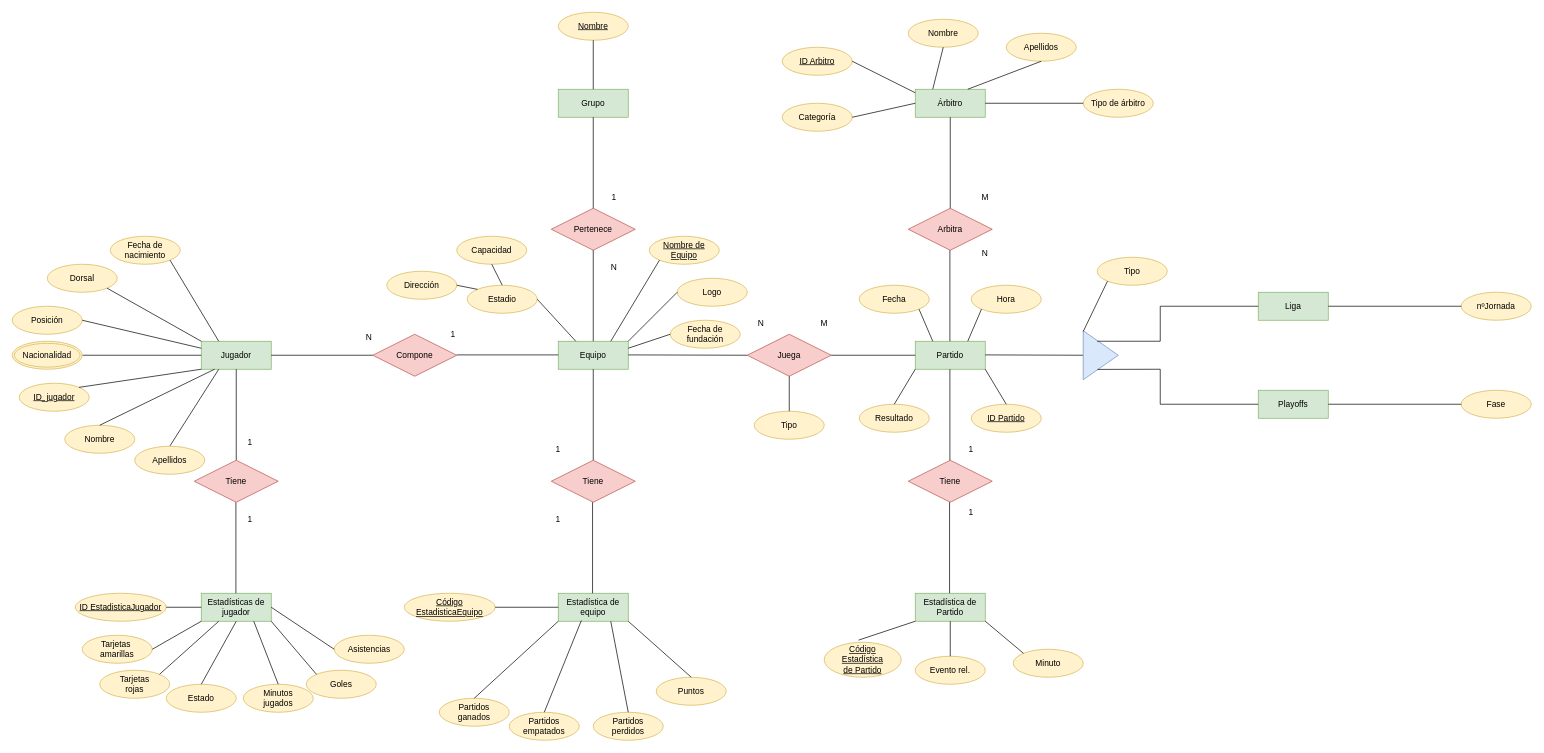
This is BasesDatos/ProyectoBD/ProyectoBD2.drawio from RubenAC1999/Clase, a draw.io file, before an edit. Source tidied: cells renumbered, new cells numbered last; positions are measured from the earlier drawing's top-left corner, leaving out a move shared by most shapes. Both pictures are drawn from the tidied source at 70%, with x=0, y=0 at pixel (12, 12).
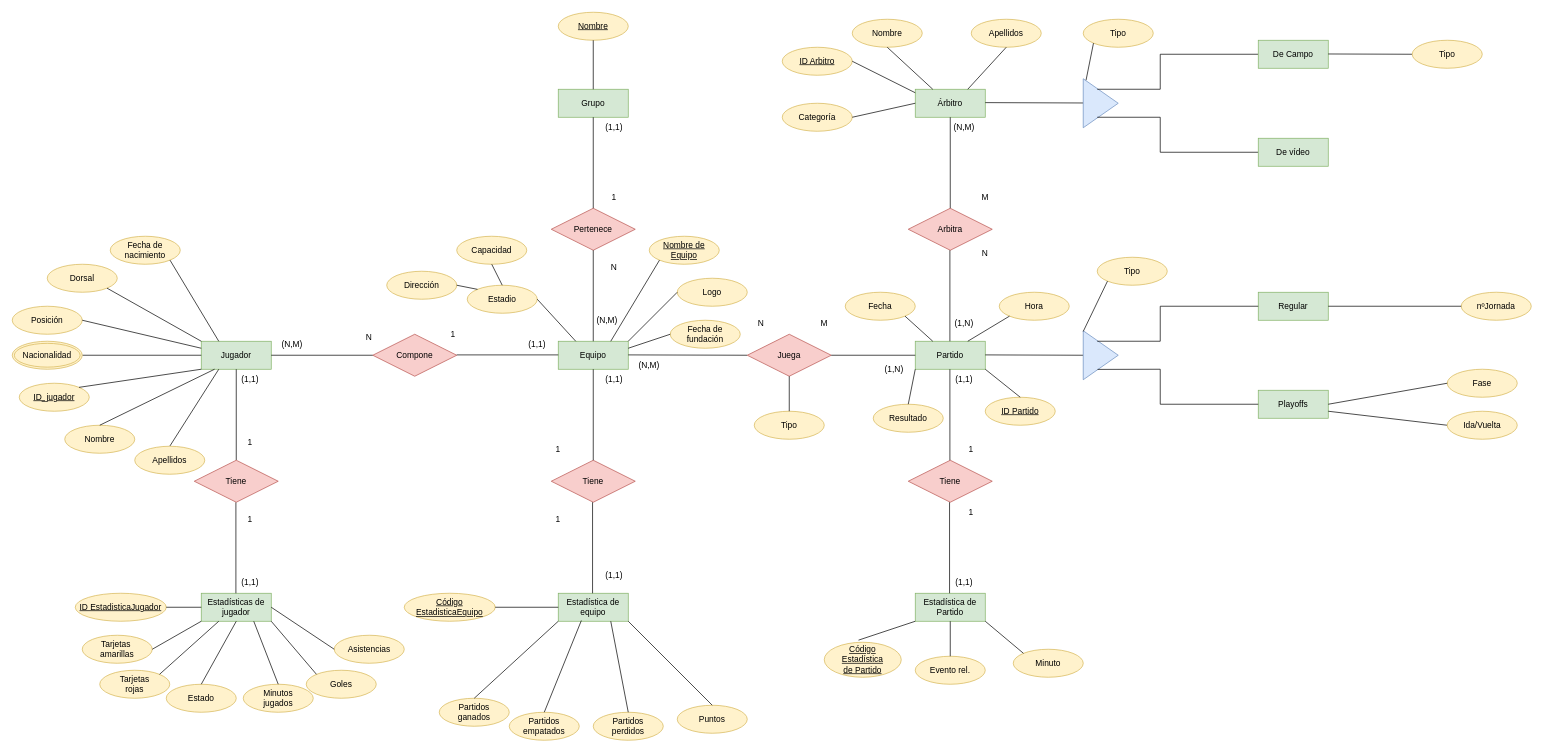
The same diagram, later.

The change refers to these unchanged cells:
```xml
<mxCell id="7" value="Árbitro" style="whiteSpace=wrap;html=1;align=center;fillColor=#d5e8d4;strokeColor=#82b366;" parent="1" vertex="1">
  <mxGeometry x="1290" y="110" width="100" height="40" as="geometry" />
</mxCell>
<mxCell id="126" value="Playoffs" style="whiteSpace=wrap;html=1;align=center;fillColor=#d5e8d4;strokeColor=#82b366;" parent="1" vertex="1">
  <mxGeometry x="1780" y="540" width="100" height="40" as="geometry" />
</mxCell>
```

What changed in the source:
```diff
@@
     <mxCell id="65" value="Puntos" style="ellipse;whiteSpace=wrap;html=1;align=center;fillColor=#fff2cc;strokeColor=#d6b656;" parent="1" vertex="1">
-      <mxGeometry x="920" y="950" width="100" height="40" as="geometry" />
+      <mxGeometry x="950" y="990" width="100" height="40" as="geometry" />
     </mxCell>
@@
     <mxCell id="71" value="ID Partido" style="ellipse;whiteSpace=wrap;html=1;align=center;fontStyle=4;fillColor=#fff2cc;strokeColor=#d6b656;" parent="1" vertex="1">
-      <mxGeometry x="1370" y="560" width="100" height="40" as="geometry" />
+      <mxGeometry x="1390" y="550" width="100" height="40" as="geometry" />
     </mxCell>
     <mxCell id="72" value="Resultado" style="ellipse;whiteSpace=wrap;html=1;align=center;fillColor=#fff2cc;strokeColor=#d6b656;" parent="1" vertex="1">
-      <mxGeometry x="1210" y="560" width="100" height="40" as="geometry" />
+      <mxGeometry x="1230" y="560" width="100" height="40" as="geometry" />
     </mxCell>
@@
     <mxCell id="81" value="Nombre" style="ellipse;whiteSpace=wrap;html=1;align=center;fillColor=#fff2cc;strokeColor=#d6b656;" parent="1" vertex="1">
-      <mxGeometry x="1280" y="10" width="100" height="40" as="geometry" />
+      <mxGeometry x="1200" y="10" width="100" height="40" as="geometry" />
     </mxCell>
     <mxCell id="82" value="Apellidos" style="ellipse;whiteSpace=wrap;html=1;align=center;fillColor=#fff2cc;strokeColor=#d6b656;" parent="1" vertex="1">
-      <mxGeometry x="1420" y="30" width="100" height="40" as="geometry" />
+      <mxGeometry x="1370" y="10" width="100" height="40" as="geometry" />
     </mxCell>
-    <mxCell id="83" value="Tipo de árbitro" style="ellipse;whiteSpace=wrap;html=1;align=center;fillColor=#fff2cc;strokeColor=#d6b656;" parent="1" vertex="1">
-      <mxGeometry x="1530" y="110" width="100" height="40" as="geometry" />
-    </mxCell>
@@
     <mxCell id="87" value="Fecha" style="ellipse;whiteSpace=wrap;html=1;align=center;fillColor=#fff2cc;strokeColor=#d6b656;" parent="1" vertex="1">
-      <mxGeometry x="1210" y="390" width="100" height="40" as="geometry" />
+      <mxGeometry x="1190" y="400" width="100" height="40" as="geometry" />
     </mxCell>
     <mxCell id="88" value="Hora" style="ellipse;whiteSpace=wrap;html=1;align=center;fillColor=#fff2cc;strokeColor=#d6b656;" parent="1" vertex="1">
-      <mxGeometry x="1370" y="390" width="100" height="40" as="geometry" />
+      <mxGeometry x="1410" y="400" width="100" height="40" as="geometry" />
     </mxCell>
@@
-    <mxCell id="110" style="endArrow=none;html=1;rounded=0;entryX=0;entryY=0.5;entryDx=0;entryDy=0;" parent="1" edge="1" source="7" target="83">
-      <mxGeometry relative="1" as="geometry" />
-    </mxCell>
@@
-    <mxCell id="125" value="Liga" style="whiteSpace=wrap;html=1;align=center;fillColor=#d5e8d4;strokeColor=#82b366;" parent="1" vertex="1">
+    <mxCell id="125" value="Regular" style="whiteSpace=wrap;html=1;align=center;fillColor=#d5e8d4;strokeColor=#82b366;" parent="1" vertex="1">
       <mxGeometry x="1780" y="400" width="100" height="40" as="geometry" />
     </mxCell>
@@
     <mxCell id="133" value="Fase" style="ellipse;whiteSpace=wrap;html=1;align=center;fillColor=#fff2cc;strokeColor=#d6b656;" parent="1" vertex="1">
-      <mxGeometry x="2070" y="540" width="100" height="40" as="geometry" />
+      <mxGeometry x="2050" y="510" width="100" height="40" as="geometry" />
     </mxCell>
@@
+    <mxCell id="135" style="endArrow=none;html=1;rounded=0;exitX=1;exitY=0.5;exitDx=0;exitDy=0;entryX=0;entryY=0.5;entryDx=0;entryDy=0;" parent="1" edge="1">
+      <mxGeometry relative="1" as="geometry">
+        <mxPoint x="1390" y="129.1" as="sourcePoint" />
+        <mxPoint x="1530" y="129.6" as="targetPoint" />
+      </mxGeometry>
+    </mxCell>
+    <mxCell id="136" style="triangle;whiteSpace=wrap;html=1;fillColor=#dae8fc;strokeColor=#6c8ebf;" parent="1" vertex="1">
+      <mxGeometry x="1530" y="95" width="50" height="70" as="geometry" />
+    </mxCell>
+    <mxCell id="137" style="endArrow=none;html=1;rounded=0;exitX=0.4;exitY=0.214;exitDx=0;exitDy=0;entryX=0;entryY=0.5;entryDx=0;entryDy=0;exitPerimeter=0;" parent="1" edge="1">
+      <mxGeometry relative="1" as="geometry">
+        <mxPoint x="1550" y="110" as="sourcePoint" />
+        <mxPoint x="1780" y="60" as="targetPoint" />
+        <Array as="points">
+          <mxPoint x="1640" y="110" />
+          <mxPoint x="1640" y="60" />
+        </Array>
+      </mxGeometry>
+    </mxCell>
+    <mxCell id="138" value="De Campo" style="whiteSpace=wrap;html=1;align=center;fillColor=#d5e8d4;strokeColor=#82b366;" parent="1" vertex="1">
+      <mxGeometry x="1780" y="40" width="100" height="40" as="geometry" />
+    </mxCell>
+    <mxCell id="139" style="endArrow=none;html=1;rounded=0;exitX=0;exitY=0.5;exitDx=0;exitDy=0;entryX=0.409;entryY=0.789;entryDx=0;entryDy=0;entryPerimeter=0;" parent="1" edge="1">
+      <mxGeometry relative="1" as="geometry">
+        <mxPoint x="1780" y="200" as="sourcePoint" />
+        <mxPoint x="1550" y="150" as="targetPoint" />
+        <Array as="points">
+          <mxPoint x="1640" y="200" />
+          <mxPoint x="1640" y="150" />
+        </Array>
+      </mxGeometry>
+    </mxCell>
+    <mxCell id="140" value="De vídeo" style="whiteSpace=wrap;html=1;align=center;fillColor=#d5e8d4;strokeColor=#82b366;" parent="1" vertex="1">
+      <mxGeometry x="1780" y="180" width="100" height="40" as="geometry" />
+    </mxCell>
+    <mxCell id="141" style="endArrow=none;html=1;rounded=0;entryX=1;entryY=0.5;entryDx=0;entryDy=0;" parent="1" edge="1">
+      <mxGeometry relative="1" as="geometry">
+        <mxPoint x="2000" y="60" as="sourcePoint" />
+        <mxPoint x="1880" y="59.6" as="targetPoint" />
+      </mxGeometry>
+    </mxCell>
+    <mxCell id="142" value="Tipo" style="ellipse;whiteSpace=wrap;html=1;align=center;fillColor=#fff2cc;strokeColor=#d6b656;" parent="1" vertex="1">
+      <mxGeometry x="2000" y="40" width="100" height="40" as="geometry" />
+    </mxCell>
+    <mxCell id="143" value="Tipo" style="ellipse;whiteSpace=wrap;html=1;align=center;fillColor=#fff2cc;strokeColor=#d6b656;" parent="1" vertex="1">
+      <mxGeometry x="1530" y="10" width="100" height="40" as="geometry" />
+    </mxCell>
+    <mxCell id="144" style="endArrow=none;html=1;rounded=0;entryX=0;entryY=1;entryDx=0;entryDy=0;exitX=0.08;exitY=0.029;exitDx=0;exitDy=0;exitPerimeter=0;" parent="1" edge="1" source="136" target="143">
+      <mxGeometry relative="1" as="geometry" />
+    </mxCell>
+    <mxCell id="145" style="endArrow=none;html=1;rounded=0;entryX=1;entryY=0.75;entryDx=0;entryDy=0;exitX=0;exitY=0.5;exitDx=0;exitDy=0;" parent="1" edge="1" source="146" target="126">
+      <mxGeometry relative="1" as="geometry" />
+    </mxCell>
+    <mxCell id="146" value="Ida/Vuelta" style="ellipse;whiteSpace=wrap;html=1;align=center;fillColor=#fff2cc;strokeColor=#d6b656;" parent="1" vertex="1">
+      <mxGeometry x="2050" y="570" width="100" height="40" as="geometry" />
+    </mxCell>
+    <mxCell id="147" value="(N,M)" style="text;html=1;align=center;verticalAlign=middle;whiteSpace=wrap;rounded=0;" parent="1" vertex="1">
+      <mxGeometry x="370" y="460" width="60" height="30" as="geometry" />
+    </mxCell>
+    <mxCell id="148" value="(1,1)" style="text;html=1;align=center;verticalAlign=middle;whiteSpace=wrap;rounded=0;" parent="1" vertex="1">
+      <mxGeometry x="720" y="460" width="60" height="30" as="geometry" />
+    </mxCell>
+    <mxCell id="149" value="(1,1)" style="text;html=1;align=center;verticalAlign=middle;whiteSpace=wrap;rounded=0;" parent="1" vertex="1">
+      <mxGeometry x="310" y="510" width="60" height="30" as="geometry" />
+    </mxCell>
+    <mxCell id="150" value="(1,1)" style="text;html=1;align=center;verticalAlign=middle;whiteSpace=wrap;rounded=0;" parent="1" vertex="1">
+      <mxGeometry x="310" y="800" width="60" height="30" as="geometry" />
+    </mxCell>
+    <mxCell id="151" value="(1,1)" style="text;html=1;align=center;verticalAlign=middle;whiteSpace=wrap;rounded=0;" parent="1" vertex="1">
+      <mxGeometry x="830" y="510" width="60" height="30" as="geometry" />
+    </mxCell>
+    <mxCell id="152" value="(1,1)" style="text;html=1;align=center;verticalAlign=middle;whiteSpace=wrap;rounded=0;" parent="1" vertex="1">
+      <mxGeometry x="830" y="790" width="60" height="30" as="geometry" />
+    </mxCell>
+    <mxCell id="153" value="(1,1)" style="text;html=1;align=center;verticalAlign=middle;whiteSpace=wrap;rounded=0;" parent="1" vertex="1">
+      <mxGeometry x="1330" y="510" width="60" height="30" as="geometry" />
+    </mxCell>
+    <mxCell id="154" value="(1,1)" style="text;html=1;align=center;verticalAlign=middle;whiteSpace=wrap;rounded=0;" parent="1" vertex="1">
+      <mxGeometry x="1330" y="800" width="60" height="30" as="geometry" />
+    </mxCell>
+    <mxCell id="155" value="(N,M)" style="text;html=1;align=center;verticalAlign=middle;whiteSpace=wrap;rounded=0;" parent="1" vertex="1">
+      <mxGeometry x="880" y="490" width="60" height="30" as="geometry" />
+    </mxCell>
+    <mxCell id="156" value="(1,N)" style="text;html=1;align=center;verticalAlign=middle;whiteSpace=wrap;rounded=0;" parent="1" vertex="1">
+      <mxGeometry x="1230" y="495" width="60" height="30" as="geometry" />
+    </mxCell>
+    <mxCell id="157" value="(N,M)" style="text;html=1;align=center;verticalAlign=middle;whiteSpace=wrap;rounded=0;" parent="1" vertex="1">
+      <mxGeometry x="1330" y="150" width="60" height="30" as="geometry" />
+    </mxCell>
+    <mxCell id="158" value="(1,N)" style="text;html=1;align=center;verticalAlign=middle;whiteSpace=wrap;rounded=0;" parent="1" vertex="1">
+      <mxGeometry x="1330" y="430" width="60" height="30" as="geometry" />
+    </mxCell>
+    <mxCell id="159" value="(N,M)" style="text;html=1;align=center;verticalAlign=middle;whiteSpace=wrap;rounded=0;" parent="1" vertex="1">
+      <mxGeometry x="820" y="425" width="60" height="30" as="geometry" />
+    </mxCell>
+    <mxCell id="160" value="(1,1)" style="text;html=1;align=center;verticalAlign=middle;whiteSpace=wrap;rounded=0;" parent="1" vertex="1">
+      <mxGeometry x="830" y="150" width="60" height="30" as="geometry" />
+    </mxCell>
```
